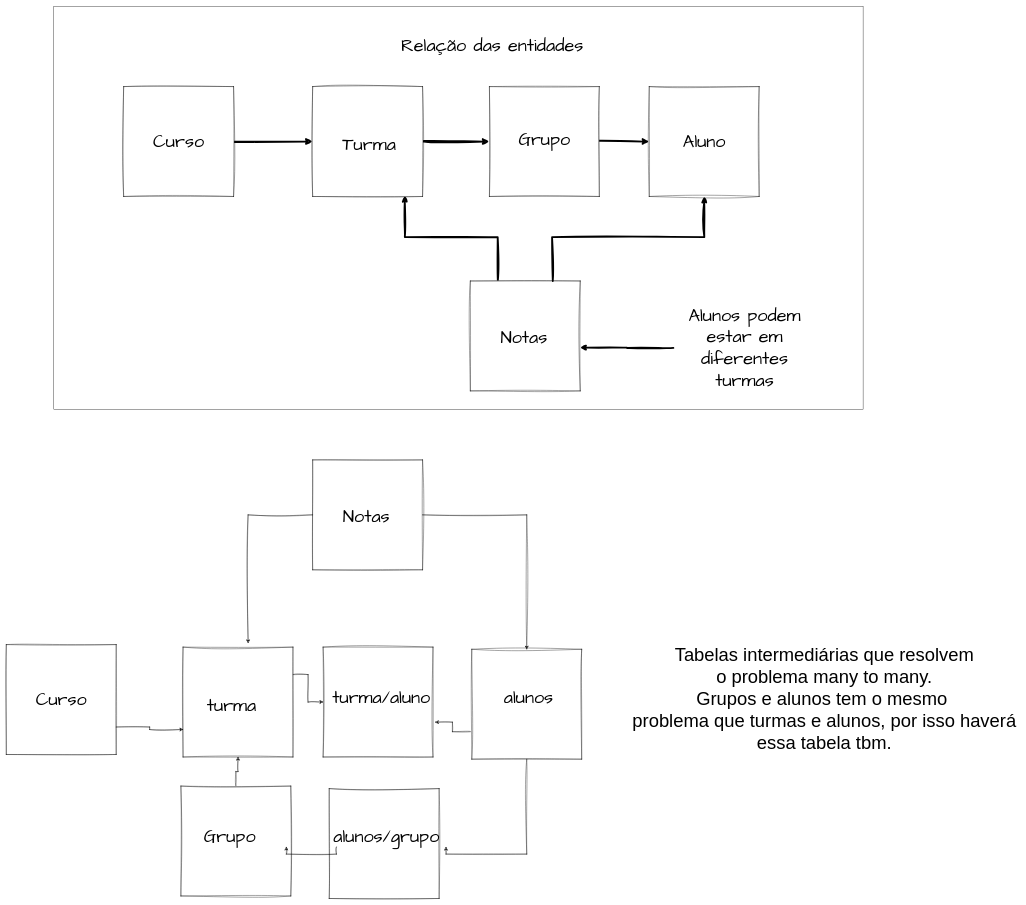
Before: page "Relação de entidade" (1 of 9) of TeamBee_API.drawio in MateusMSoares/RepositorioTeste, a draw.io diagram. Source tidied: cells renumbered, new cells numbered last; positions are measured from the earlier drawing's top-left corner, leaving out a move shared by most shapes. Both pictures are drawn from the tidied source at 36%, with x=0, y=0 at pixel (6, 6).
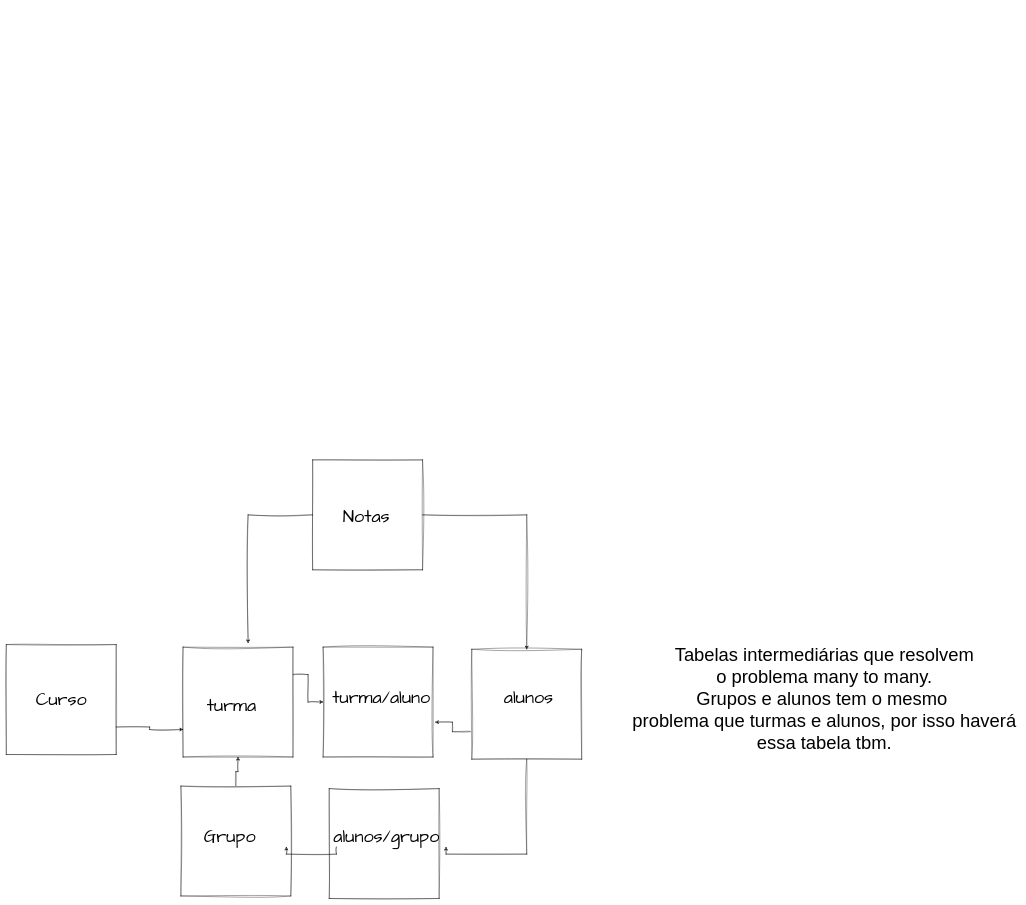
The same page after the edit.

Change to the diagram source:
```diff
@@
-    <mxCell id="2" style="whiteSpace=wrap;html=1;" parent="1" vertex="1">
-      <mxGeometry x="132" width="2248" height="1120" as="geometry" />
-    </mxCell>
-    <mxCell id="3" style="endArrow=classic;html=1;rounded=0;fontSize=12;startSize=8;endSize=8;curved=1;exitX=0.873;exitY=0.5;exitDx=0;exitDy=0;exitPerimeter=0;entryX=0;entryY=0.5;entryDx=0;entryDy=0;strokeWidth=5;sketch=1;curveFitting=1;jiggle=2;fontFamily=Comic Sans MS;" parent="1" edge="1" source="14" target="18">
-      <mxGeometry relative="1" as="geometry" />
-    </mxCell>
-    <mxCell id="4" style="endArrow=classic;html=1;rounded=0;fontSize=12;startSize=8;endSize=8;curved=1;strokeWidth=5;exitX=1;exitY=0.5;exitDx=0;exitDy=0;entryX=0;entryY=0.5;entryDx=0;entryDy=0;sketch=1;curveFitting=1;jiggle=2;fontFamily=Comic Sans MS;" parent="1" edge="1" source="18" target="25">
-      <mxGeometry relative="1" as="geometry" />
-    </mxCell>
-    <mxCell id="5" style="endArrow=classic;html=1;rounded=0;fontSize=12;startSize=8;endSize=8;curved=1;exitX=0.873;exitY=0.5;exitDx=0;exitDy=0;exitPerimeter=0;entryX=0;entryY=0.5;entryDx=0;entryDy=0;strokeWidth=5;sketch=1;curveFitting=1;jiggle=2;fontFamily=Comic Sans MS;" parent="1" edge="1" source="25" target="22">
-      <mxGeometry relative="1" as="geometry" />
-    </mxCell>
-    <mxCell id="6" value="&lt;font style=&quot;font-size: 50px;&quot;&gt;Relação das entidades&lt;/font&gt;" style="text;html=1;strokeColor=none;fillColor=none;align=center;verticalAlign=middle;whiteSpace=wrap;rounded=0;fontSize=40;sketch=1;curveFitting=1;jiggle=2;fontFamily=Comic Sans MS;" parent="1" vertex="1">
-      <mxGeometry x="1073" y="55" width="554" height="110" as="geometry" />
-    </mxCell>
-    <mxCell id="7" style="edgeStyle=orthogonalEdgeStyle;rounded=0;jettySize=auto;html=1;entryX=0.998;entryY=0.606;entryDx=0;entryDy=0;entryPerimeter=0;strokeWidth=5;sketch=1;curveFitting=1;jiggle=2;fontFamily=Comic Sans MS;" parent="1" edge="1" source="8" target="11">
-      <mxGeometry relative="1" as="geometry" />
-    </mxCell>
-    <mxCell id="8" value="&lt;font style=&quot;font-size: 50px;&quot;&gt;Alunos podem estar em diferentes turmas&lt;/font&gt;" style="text;html=1;strokeColor=none;fillColor=none;align=center;verticalAlign=middle;whiteSpace=wrap;rounded=0;fontSize=40;sketch=1;curveFitting=1;jiggle=2;fontFamily=Comic Sans MS;" parent="1" vertex="1">
-      <mxGeometry x="1853" y="840" width="396" height="218" as="geometry" />
-    </mxCell>
-    <mxCell id="9" style="edgeStyle=none;jettySize=auto;html=1;rounded=0;entryX=0.838;entryY=0.993;entryDx=0;entryDy=0;entryPerimeter=0;exitX=0.25;exitY=0;exitDx=0;exitDy=0;strokeWidth=5;sketch=1;curveFitting=1;jiggle=2;fontFamily=Comic Sans MS;" parent="1" edge="1" source="11" target="18">
-      <mxGeometry relative="1" as="geometry">
-        <Array as="points">
-          <mxPoint x="1365" y="641" />
-          <mxPoint x="1107" y="641" />
-        </Array>
-      </mxGeometry>
-    </mxCell>
-    <mxCell id="10" style="group;sketch=1;curveFitting=1;jiggle=2;fontFamily=Comic Sans MS;" parent="1" vertex="1">
-      <mxGeometry x="1289" y="763" width="305.3" height="305.3" as="geometry" />
-    </mxCell>
-    <mxCell id="11" style="whiteSpace=wrap;html=1;fontSize=16;sketch=1;curveFitting=1;jiggle=2;fontFamily=Comic Sans MS;" parent="10" vertex="1">
-      <mxGeometry width="305.3" height="305.3" as="geometry" />
-    </mxCell>
-    <mxCell id="12" value="&lt;span style=&quot;color: rgb(0, 0, 0); font-style: normal; font-variant-ligatures: normal; font-variant-caps: normal; font-weight: 400; letter-spacing: normal; orphans: 2; text-align: center; text-indent: 0px; text-transform: none; widows: 2; word-spacing: 0px; -webkit-text-stroke-width: 0px; background-color: rgb(255, 255, 255); text-decoration-thickness: initial; text-decoration-style: initial; text-decoration-color: initial; float: none; display: inline !important;&quot;&gt;&lt;font style=&quot;font-size: 50px;&quot;&gt;Notas&lt;/font&gt;&lt;/span&gt;" style="text;whiteSpace=wrap;html=1;fontSize=40;sketch=1;curveFitting=1;jiggle=2;fontFamily=Comic Sans MS;" parent="10" vertex="1">
-      <mxGeometry x="82" y="122" width="103.6" height="54" as="geometry" />
-    </mxCell>
-    <mxCell id="13" style="group;sketch=1;curveFitting=1;jiggle=2;fontFamily=Comic Sans MS;" parent="1" vertex="1">
-      <mxGeometry x="326" y="223" width="305.3" height="305.3" as="geometry" />
-    </mxCell>
-    <mxCell id="14" style="whiteSpace=wrap;html=1;fontSize=16;sketch=1;curveFitting=1;jiggle=2;fontFamily=Comic Sans MS;" parent="13" vertex="1">
-      <mxGeometry width="305.3" height="305.3" as="geometry" />
-    </mxCell>
-    <mxCell id="15" value="&lt;font style=&quot;font-size: 50px;&quot;&gt;Curso&lt;/font&gt;" style="text;html=1;strokeColor=none;fillColor=none;align=center;verticalAlign=middle;whiteSpace=wrap;rounded=0;fontSize=40;sketch=1;curveFitting=1;jiggle=2;fontFamily=Comic Sans MS;" parent="13" vertex="1">
-      <mxGeometry x="100.9" y="125.7" width="103.6" height="54" as="geometry" />
-    </mxCell>
-    <mxCell id="16" style="group;sketch=1;curveFitting=1;jiggle=2;fontFamily=Comic Sans MS;" parent="1" vertex="1">
-      <mxGeometry x="851" y="223" width="305.3" height="305.3" as="geometry" />
-    </mxCell>
-    <mxCell id="17" style="group;sketch=1;curveFitting=1;jiggle=2;fontFamily=Comic Sans MS;" parent="16" vertex="1">
-      <mxGeometry width="305.3" height="305.3" as="geometry" />
-    </mxCell>
-    <mxCell id="18" style="whiteSpace=wrap;html=1;fontSize=16;sketch=1;curveFitting=1;jiggle=2;fontFamily=Comic Sans MS;" parent="17" vertex="1">
-      <mxGeometry width="305.3" height="305.3" as="geometry" />
-    </mxCell>
-    <mxCell id="19" value="&lt;span style=&quot;color: rgb(0, 0, 0); font-style: normal; font-variant-ligatures: normal; font-variant-caps: normal; font-weight: 400; letter-spacing: normal; orphans: 2; text-align: center; text-indent: 0px; text-transform: none; widows: 2; word-spacing: 0px; -webkit-text-stroke-width: 0px; background-color: rgb(255, 255, 255); text-decoration-thickness: initial; text-decoration-style: initial; text-decoration-color: initial; float: none; display: inline !important;&quot;&gt;&lt;font style=&quot;font-size: 50px;&quot;&gt;Turma&lt;/font&gt;&lt;/span&gt;" style="text;whiteSpace=wrap;html=1;fontSize=40;sketch=1;curveFitting=1;jiggle=2;fontFamily=Comic Sans MS;" parent="17" vertex="1">
-      <mxGeometry x="81" y="125.7" width="103.6" height="54" as="geometry" />
-    </mxCell>
-    <mxCell id="20" style="edgeStyle=none;jettySize=auto;html=1;rounded=0;exitX=0.75;exitY=0;exitDx=0;exitDy=0;entryX=0.5;entryY=1;entryDx=0;entryDy=0;strokeWidth=5;sketch=1;curveFitting=1;jiggle=2;fontFamily=Comic Sans MS;" parent="1" edge="1" source="11" target="22">
-      <mxGeometry relative="1" as="geometry">
-        <Array as="points">
-          <mxPoint x="1516" y="641" />
-          <mxPoint x="1939" y="641" />
-        </Array>
-      </mxGeometry>
-    </mxCell>
-    <mxCell id="21" style="group;sketch=1;curveFitting=1;jiggle=2;fontFamily=Comic Sans MS;" parent="1" vertex="1">
-      <mxGeometry x="1786" y="223" width="305.3" height="305.3" as="geometry" />
-    </mxCell>
-    <mxCell id="22" style="whiteSpace=wrap;html=1;fontSize=16;sketch=1;curveFitting=1;jiggle=2;fontFamily=Comic Sans MS;" parent="21" vertex="1">
-      <mxGeometry width="305.3" height="305.3" as="geometry" />
-    </mxCell>
-    <mxCell id="23" value="&lt;font style=&quot;font-size: 50px;&quot;&gt;Aluno&lt;/font&gt;" style="text;html=1;strokeColor=none;fillColor=default;align=center;verticalAlign=middle;whiteSpace=wrap;rounded=0;fontSize=40;sketch=1;curveFitting=1;jiggle=2;fontFamily=Comic Sans MS;" parent="21" vertex="1">
-      <mxGeometry x="100.9" y="125.7" width="103.6" height="54" as="geometry" />
-    </mxCell>
-    <mxCell id="24" style="group;sketch=1;curveFitting=1;jiggle=2;fontFamily=Comic Sans MS;" parent="1" vertex="1">
-      <mxGeometry x="1342" y="223" width="305.3" height="305.3" as="geometry" />
-    </mxCell>
-    <mxCell id="25" style="whiteSpace=wrap;html=1;fontSize=16;sketch=1;curveFitting=1;jiggle=2;fontFamily=Comic Sans MS;" parent="24" vertex="1">
-      <mxGeometry width="305.3" height="305.3" as="geometry" />
-    </mxCell>
-    <mxCell id="26" value="&lt;font style=&quot;font-size: 50px;&quot;&gt;Grupo&lt;/font&gt;" style="text;html=1;strokeColor=none;fillColor=none;align=center;verticalAlign=middle;whiteSpace=wrap;rounded=0;fontSize=40;sketch=1;curveFitting=1;jiggle=2;fontFamily=Comic Sans MS;" parent="24" vertex="1">
-      <mxGeometry x="100.9" y="121.3" width="103.6" height="54" as="geometry" />
-    </mxCell>
```
